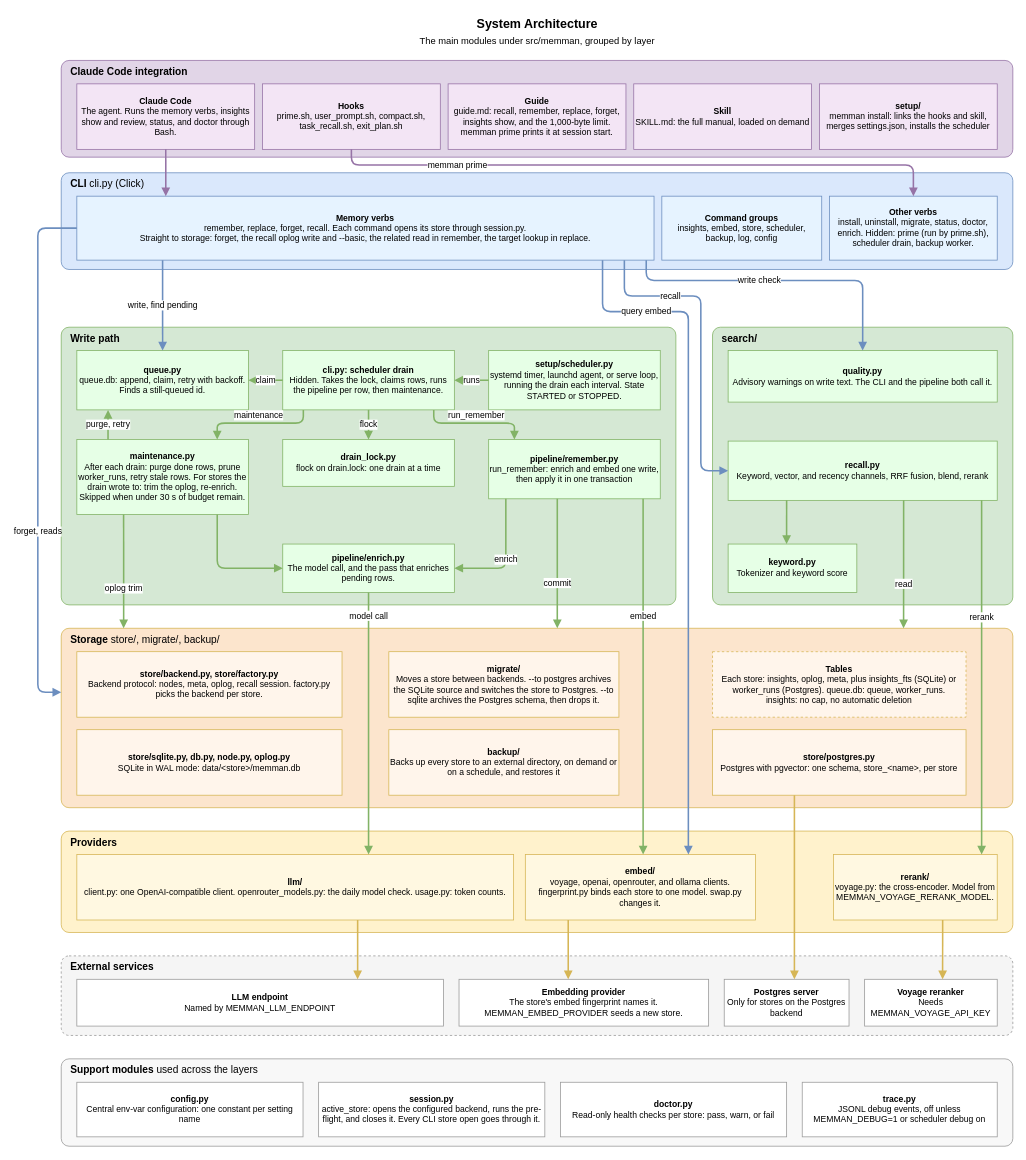
bissli/memman keeps this draw.io diagram as docs/diagrams/02-system-architecture.drawio. Above is the earlier version. Source tidied: cells renumbered, new cells numbered last; positions are measured from the earlier drawing's top-left corner, leaving out a move shared by most shapes. Both pictures are drawn from the tidied source at 78%, with x=0, y=0 at pixel (37, 13).
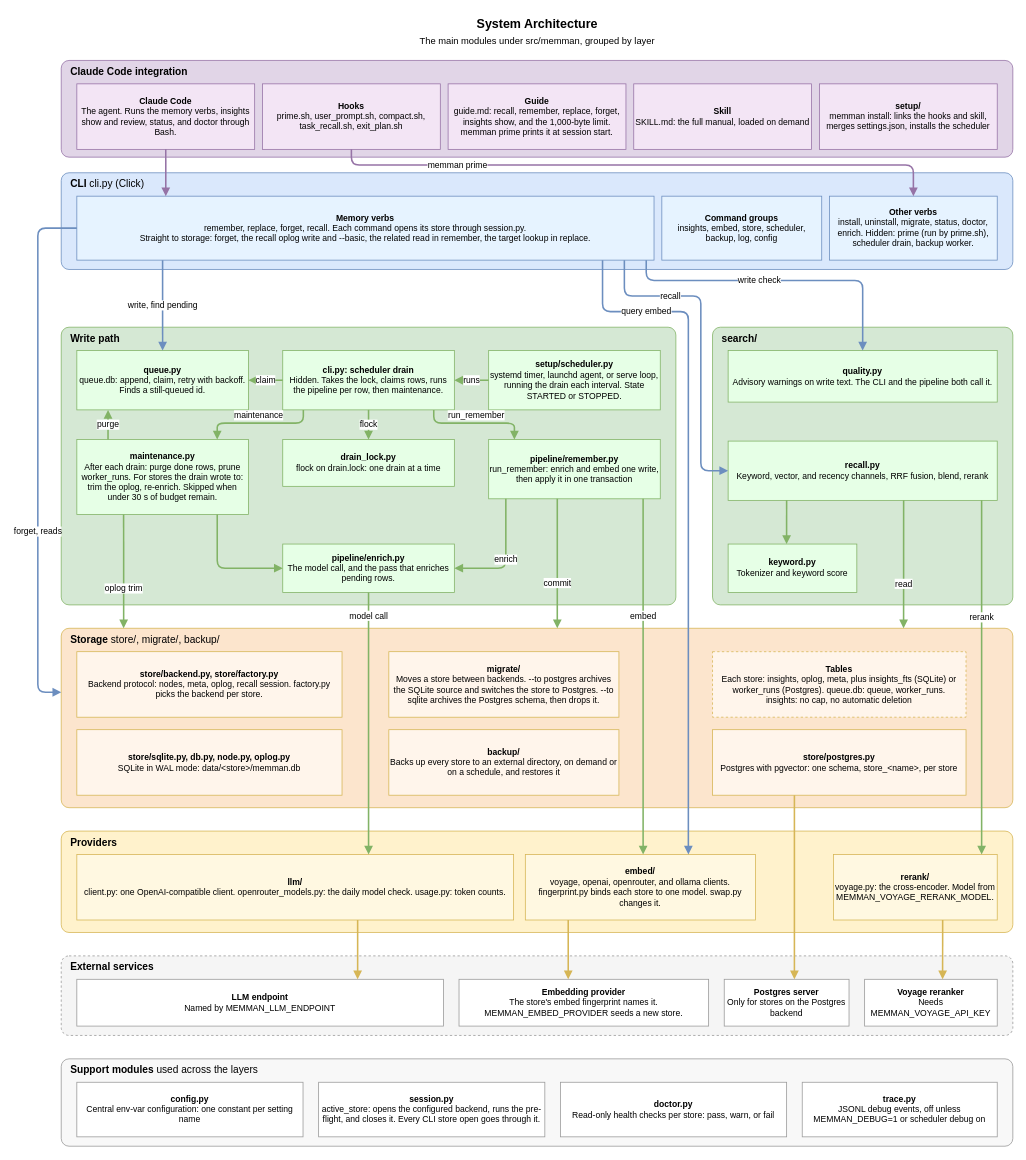
After the change.

Commit message (it also covers changes not shown here):
Document write-path retries, oplog cap, and queue statuses

Unchanged cells that the change refers to:
```xml
<mxCell id="14" value="&lt;b&gt;queue.py&lt;/b&gt;&lt;br&gt;queue.db: append, claim, retry with backoff. Finds a still-queued id." style="rounded=0;whiteSpace=wrap;html=1;fontSize=11;fillColor=#E6FFE6;strokeColor=#82b366;" parent="1" vertex="1">
  <mxGeometry x="50" y="432" width="220" height="76" as="geometry" />
</mxCell>
```

Change to the diagram source:
```diff
@@
-    <mxCell id="17" value="&lt;b&gt;maintenance.py&lt;/b&gt;&lt;br&gt;After each drain: purge done rows, prune worker_runs, retry stale rows. For stores the drain wrote to: trim the oplog, re-enrich. Skipped when under 30 s of budget remain." style="rounded=0;whiteSpace=wrap;html=1;fontSize=11;fillColor=#E6FFE6;strokeColor=#82b366;" parent="1" vertex="1">
+    <mxCell id="17" value="&lt;b&gt;maintenance.py&lt;/b&gt;&lt;br&gt;After each drain: purge done rows, prune worker_runs. For stores the drain wrote to: trim the oplog, re-enrich. Skipped when under 30 s of budget remain." style="rounded=0;whiteSpace=wrap;html=1;fontSize=11;fillColor=#E6FFE6;strokeColor=#82b366;" parent="1" vertex="1">
       <mxGeometry x="50" y="546" width="220" height="96" as="geometry" />
     </mxCell>
@@
-    <mxCell id="58" value="purge, retry" style="edgeStyle=orthogonalEdgeStyle;rounded=1;html=1;strokeWidth=2;fontSize=11;labelBackgroundColor=#ffffff;endArrow=block;endFill=1;strokeColor=#82b366;exitX=0.1818;exitY=0;exitDx=0;exitDy=0;entryX=0.1818;entryY=1;entryDx=0;entryDy=0;" parent="1" edge="1" source="17" target="14">
+    <mxCell id="58" value="purge" style="edgeStyle=orthogonalEdgeStyle;rounded=1;html=1;strokeWidth=2;fontSize=11;labelBackgroundColor=#ffffff;endArrow=block;endFill=1;strokeColor=#82b366;exitX=0.1818;exitY=0;exitDx=0;exitDy=0;entryX=0.1818;entryY=1;entryDx=0;entryDy=0;" parent="1" edge="1" source="17" target="14">
       <mxGeometry relative="1" as="geometry" />
     </mxCell>
```
